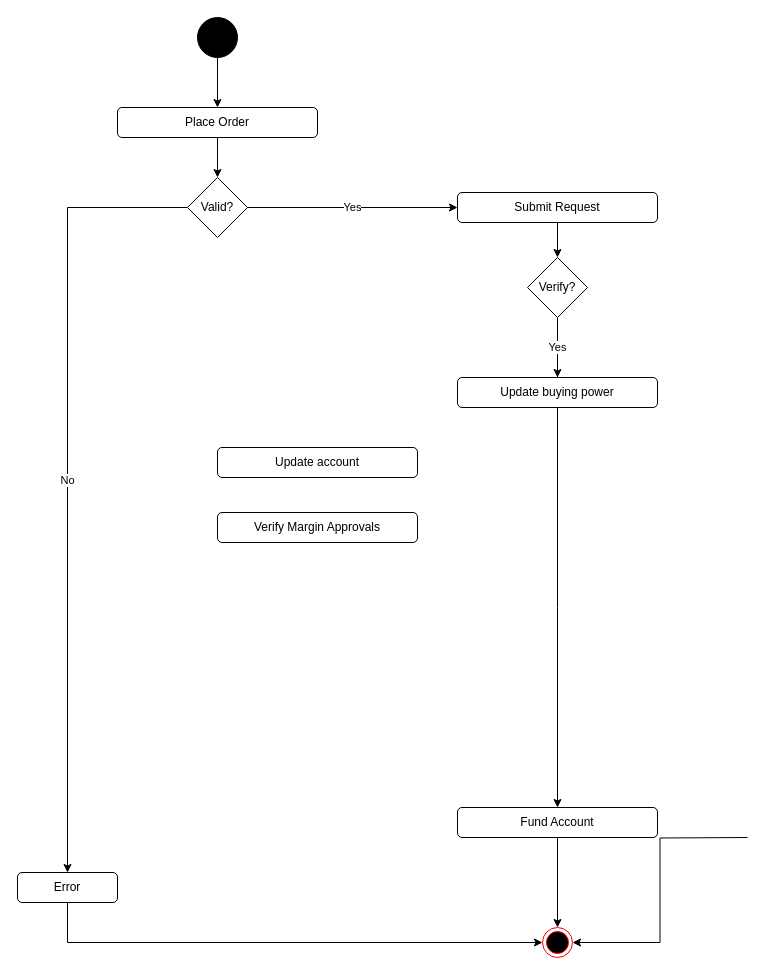
Earlier version of the draw.io diagram UC2:BuySecurity.drawio (dgboulger/SpoofTraderMarket). Source tidied: cells renumbered, new cells numbered last; positions are measured from the earlier drawing's top-left corner, leaving out a move shared by most shapes. Both pictures are drawn from the tidied source at 100%, with x=0, y=0 at pixel (17, 17).
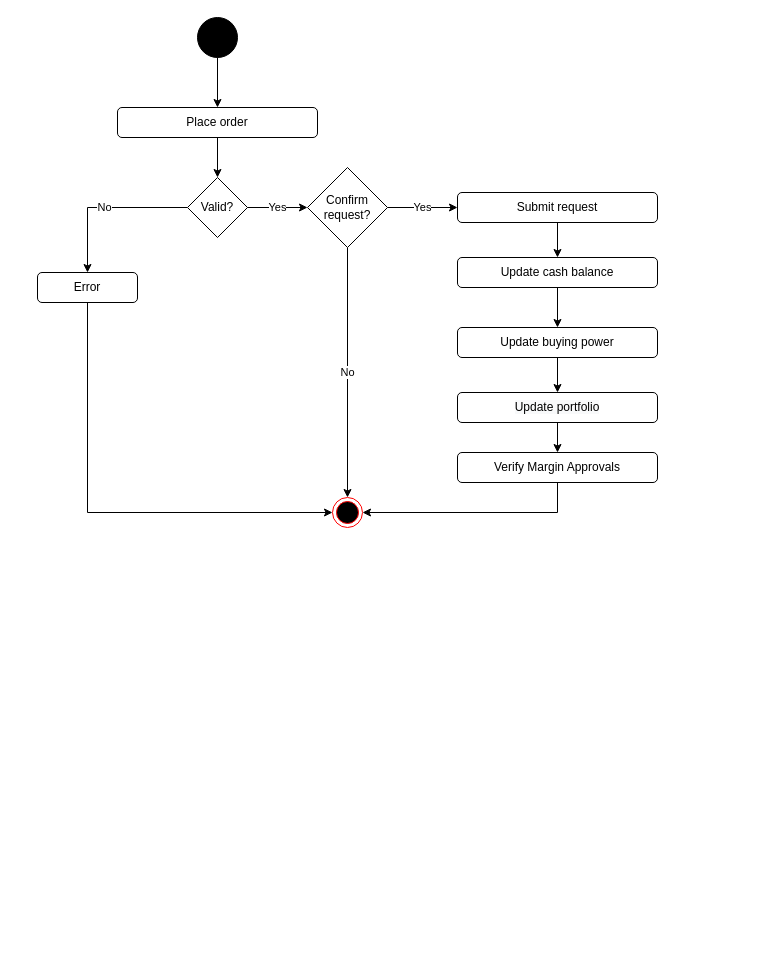
After the change.

The change refers to these unchanged cells:
```xml
<mxCell id="7" value="Valid?" style="rhombus;whiteSpace=wrap;html=1;fillColor=#FFFFFF;" parent="1" vertex="1">
  <mxGeometry x="170" y="160" width="60" height="60" as="geometry" />
</mxCell>
```

Change to the diagram source:
```diff
@@
-    <mxCell id="5" value="Place Order" style="rounded=1;whiteSpace=wrap;html=1;fillColor=#FFFFFF;" parent="1" vertex="1">
+    <mxCell id="5" value="Place order" style="rounded=1;whiteSpace=wrap;html=1;fillColor=#FFFFFF;" parent="1" vertex="1">
       <mxGeometry x="100" y="90" width="200" height="30" as="geometry" />
     </mxCell>
@@
-    <mxCell id="8" style="edgeStyle=orthogonalEdgeStyle;rounded=0;jettySize=auto;html=1;" parent="1" edge="1" source="20">
-      <mxGeometry relative="1" as="geometry">
-        <mxPoint x="540" y="790" as="targetPoint" />
-      </mxGeometry>
+    <mxCell id="8" style="edgeStyle=orthogonalEdgeStyle;rounded=0;jettySize=auto;html=1;entryX=0.5;entryY=0;entryDx=0;entryDy=0;" parent="1" edge="1" source="20" target="23">
+      <mxGeometry relative="1" as="geometry" />
     </mxCell>
     <mxCell id="9" style="ellipse;html=1;shape=endState;fillColor=#000000;strokeColor=#ff0000;" parent="1" vertex="1">
-      <mxGeometry x="525" y="910" width="30" height="30" as="geometry" />
+      <mxGeometry x="315" y="480" width="30" height="30" as="geometry" />
     </mxCell>
-    <mxCell id="10" style="edgeStyle=orthogonalEdgeStyle;rounded=0;jettySize=auto;html=1;entryX=0.5;entryY=0;entryDx=0;entryDy=0;exitX=0.5;exitY=1;exitDx=0;exitDy=0;" parent="1" edge="1" source="18">
-      <mxGeometry relative="1" as="geometry">
-        <mxPoint x="540" y="370" as="targetPoint" />
-      </mxGeometry>
-    </mxCell>
-    <mxCell id="11" value="Submit Request" style="rounded=1;whiteSpace=wrap;html=1;fillColor=#FFFFFF;" parent="1" vertex="1">
-      <mxGeometry x="440" y="175" width="200" height="30" as="geometry" />
-    </mxCell>
-    <mxCell id="12" style="edgeStyle=orthogonalEdgeStyle;rounded=0;jettySize=auto;html=1;entryX=0;entryY=0.5;entryDx=0;entryDy=0;" parent="1" edge="1" source="13" target="9">
+    <mxCell id="12" style="edgeStyle=orthogonalEdgeStyle;rounded=0;jettySize=auto;html=1;entryX=0;entryY=0.5;entryDx=0;entryDy=0;exitX=0.5;exitY=1;exitDx=0;exitDy=0;" parent="1" edge="1" source="13" target="9">
       <mxGeometry relative="1" as="geometry">
         <Array as="points">
-          <mxPoint x="50" y="925" />
+          <mxPoint x="70" y="495" />
         </Array>
       </mxGeometry>
     </mxCell>
     <mxCell id="13" value="Error" style="rounded=1;whiteSpace=wrap;html=1;fillColor=#FFFFFF;" parent="1" vertex="1">
-      <mxGeometry y="855" width="100" height="30" as="geometry" />
+      <mxGeometry x="20" y="255" width="100" height="30" as="geometry" />
     </mxCell>
-    <mxCell id="14" style="edgeStyle=orthogonalEdgeStyle;rounded=0;jettySize=auto;html=1;entryX=0.5;entryY=0;entryDx=0;entryDy=0;exitX=0.5;exitY=1;exitDx=0;exitDy=0;" parent="1" edge="1" source="15" target="9">
+    <mxCell id="14" style="edgeStyle=orthogonalEdgeStyle;rounded=0;jettySize=auto;html=1;entryX=1;entryY=0.5;entryDx=0;entryDy=0;exitX=0.5;exitY=1;exitDx=0;exitDy=0;" parent="1" edge="1" source="22" target="9">
       <mxGeometry relative="1" as="geometry" />
     </mxCell>
-    <mxCell id="15" value="Fund Account" style="rounded=1;whiteSpace=wrap;html=1;fillColor=#FFFFFF;" parent="1" vertex="1">
-      <mxGeometry x="440" y="790" width="200" height="30" as="geometry" />
-    </mxCell>
-    <mxCell id="16" value="Yes" style="edgeStyle=orthogonalEdgeStyle;rounded=0;jettySize=auto;html=1;entryX=0;entryY=0.5;entryDx=0;entryDy=0;endArrow=classic;endFill=1;exitX=1;exitY=0.5;exitDx=0;exitDy=0;" parent="1" edge="1" source="7" target="11">
+    <mxCell id="16" value="Yes" style="edgeStyle=orthogonalEdgeStyle;rounded=0;jettySize=auto;html=1;entryX=0;entryY=0.5;entryDx=0;entryDy=0;endArrow=classic;endFill=1;exitX=1;exitY=0.5;exitDx=0;exitDy=0;" parent="1" edge="1" source="7" target="28">
       <mxGeometry relative="1" as="geometry" />
     </mxCell>
-    <mxCell id="17" style="edgeStyle=orthogonalEdgeStyle;rounded=0;jettySize=auto;html=1;entryX=1;entryY=0.5;entryDx=0;entryDy=0;endArrow=classic;endFill=1;exitX=0.5;exitY=1;exitDx=0;exitDy=0;" parent="1" edge="1" target="9">
-      <mxGeometry relative="1" as="geometry">
-        <mxPoint x="730" y="820" as="sourcePoint" />
-      </mxGeometry>
-    </mxCell>
-    <mxCell id="18" value="Verify?" style="rhombus;whiteSpace=wrap;html=1;fillColor=#FFFFFF;" parent="1" vertex="1">
-      <mxGeometry x="510" y="240" width="60" height="60" as="geometry" />
-    </mxCell>
-    <mxCell id="19" style="edgeStyle=orthogonalEdgeStyle;rounded=0;jettySize=auto;html=1;entryX=0.5;entryY=0;entryDx=0;entryDy=0;exitX=0.5;exitY=1;exitDx=0;exitDy=0;" parent="1" edge="1" source="11" target="18">
-      <mxGeometry relative="1" as="geometry" />
-    </mxCell>
-    <mxCell id="20" value="Update buying power" style="rounded=1;whiteSpace=wrap;html=1;fillColor=#FFFFFF;" parent="1" vertex="1">
-      <mxGeometry x="440" y="360" width="200" height="30" as="geometry" />
+    <mxCell id="20" value="Update cash balance" style="rounded=1;whiteSpace=wrap;html=1;fillColor=#FFFFFF;" parent="1" vertex="1">
+      <mxGeometry x="440" y="240" width="200" height="30" as="geometry" />
     </mxCell>
+    <mxCell id="22" value="Verify Margin Approvals" style="rounded=1;whiteSpace=wrap;html=1;fillColor=#FFFFFF;" parent="1" vertex="1">
+      <mxGeometry x="440" y="435" width="200" height="30" as="geometry" />
+    </mxCell>
+    <mxCell id="24" style="edgeStyle=orthogonalEdgeStyle;rounded=0;jettySize=auto;html=1;" parent="1" edge="1" source="23" target="30">
+      <mxGeometry relative="1" as="geometry" />
+    </mxCell>
+    <mxCell id="23" value="Update buying power" style="rounded=1;whiteSpace=wrap;html=1;fillColor=#FFFFFF;" parent="1" vertex="1">
+      <mxGeometry x="440" y="310" width="200" height="30" as="geometry" />
+    </mxCell>
+    <mxCell id="25" style="edgeStyle=orthogonalEdgeStyle;rounded=0;jettySize=auto;html=1;entryX=0.5;entryY=0;entryDx=0;entryDy=0;" parent="1" edge="1" source="26" target="20">
+      <mxGeometry relative="1" as="geometry" />
+    </mxCell>
+    <mxCell id="26" value="Submit request" style="rounded=1;whiteSpace=wrap;html=1;fillColor=#FFFFFF;" parent="1" vertex="1">
+      <mxGeometry x="440" y="175" width="200" height="30" as="geometry" />
+    </mxCell>
-    <mxCell id="21" value="Yes" style="edgeStyle=orthogonalEdgeStyle;rounded=0;jettySize=auto;html=1;entryX=0.5;entryY=0;entryDx=0;entryDy=0;exitX=0.5;exitY=1;exitDx=0;exitDy=0;" parent="1" edge="1" source="18" target="20">
+    <mxCell id="21" value="Yes" style="edgeStyle=orthogonalEdgeStyle;rounded=0;jettySize=auto;html=1;exitX=1;exitY=0.5;exitDx=0;exitDy=0;entryX=0;entryY=0.5;entryDx=0;entryDy=0;" parent="1" edge="1" source="28" target="26">
       <mxGeometry relative="1" as="geometry" />
     </mxCell>
-    <mxCell id="22" value="Verify Margin Approvals" style="rounded=1;whiteSpace=wrap;html=1;fillColor=#FFFFFF;" parent="1" vertex="1">
-      <mxGeometry x="200" y="495" width="200" height="30" as="geometry" />
-    </mxCell>
-    <mxCell id="23" value="Update account" style="rounded=1;whiteSpace=wrap;html=1;fillColor=#FFFFFF;" parent="1" vertex="1">
-      <mxGeometry x="200" y="430" width="200" height="30" as="geometry" />
-    </mxCell>
+    <mxCell id="27" value="No" style="edgeStyle=orthogonalEdgeStyle;rounded=0;jettySize=auto;html=1;entryX=0.5;entryY=0;entryDx=0;entryDy=0;" parent="1" edge="1" source="28" target="9">
+      <mxGeometry relative="1" as="geometry" />
+    </mxCell>
+    <mxCell id="28" value="&lt;span&gt;Confirm request?&lt;/span&gt;" style="rhombus;whiteSpace=wrap;html=1;" parent="1" vertex="1">
+      <mxGeometry x="290" y="150" width="80" height="80" as="geometry" />
+    </mxCell>
+    <mxCell id="29" style="edgeStyle=orthogonalEdgeStyle;rounded=0;jettySize=auto;html=1;" parent="1" edge="1" source="30" target="22">
+      <mxGeometry relative="1" as="geometry" />
+    </mxCell>
+    <mxCell id="30" value="&#10;&#10;&lt;span style=&quot;color: rgb(0, 0, 0); font-family: helvetica; font-size: 12px; font-style: normal; font-weight: 400; letter-spacing: normal; text-align: center; text-indent: 0px; text-transform: none; word-spacing: 0px; background-color: rgb(248, 249, 250); display: inline; float: none;&quot;&gt;Update portfolio&lt;/span&gt;&#10;&#10;" style="rounded=1;whiteSpace=wrap;html=1;fillColor=#FFFFFF;" parent="1" vertex="1">
+      <mxGeometry x="440" y="375" width="200" height="30" as="geometry" />
+    </mxCell>
```
